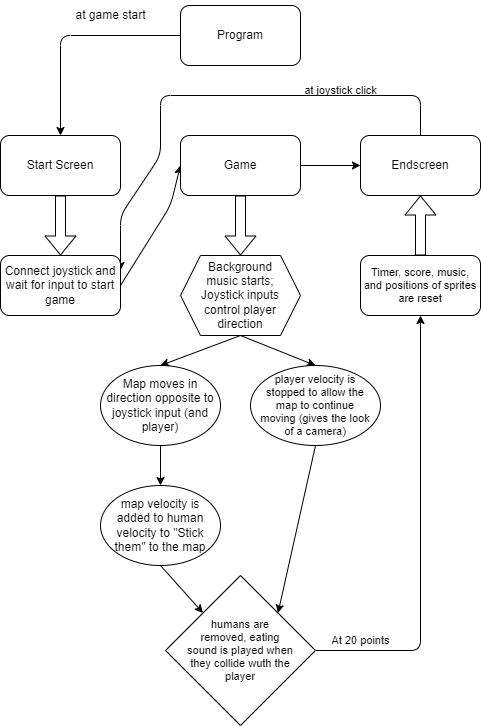
The draw.io diagram libraries/diagram.png in Clevelandm1/ZombieGame, before a commit. Source tidied: cells renumbered, new cells last; positions are measured from the earlier drawing's top-left corner, leaving out a move shared by most shapes. The source it was exported from:
```xml
<mxGraphModel>
  <root>
    <mxCell id="0" />
    <mxCell id="1" parent="0" />
    <mxCell id="2" style="edgeStyle=none;html=1;exitX=0;exitY=0.5;exitDx=0;exitDy=0;entryX=0.5;entryY=0;entryDx=0;entryDy=0;" parent="1" edge="1" source="3" target="5">
      <mxGeometry relative="1" as="geometry">
        <Array as="points">
          <mxPoint x="60" y="35" />
        </Array>
      </mxGeometry>
    </mxCell>
    <mxCell id="3" value="Program" style="rounded=1;whiteSpace=wrap;html=1;" parent="1" vertex="1">
      <mxGeometry x="180" y="5" width="120" height="60" as="geometry" />
    </mxCell>
    <mxCell id="4" style="edgeStyle=none;html=1;exitX=1;exitY=0.5;exitDx=0;exitDy=0;entryX=0;entryY=0.5;entryDx=0;entryDy=0;" parent="1" edge="1" source="12" target="7">
      <mxGeometry relative="1" as="geometry">
        <Array as="points">
          <mxPoint x="170" y="205" />
        </Array>
      </mxGeometry>
    </mxCell>
    <mxCell id="5" value="Start Screen" style="rounded=1;whiteSpace=wrap;html=1;" parent="1" vertex="1">
      <mxGeometry y="135" width="120" height="60" as="geometry" />
    </mxCell>
    <mxCell id="6" style="edgeStyle=none;html=1;exitX=1;exitY=0.5;exitDx=0;exitDy=0;entryX=0;entryY=0.5;entryDx=0;entryDy=0;" parent="1" edge="1" source="7" target="9">
      <mxGeometry relative="1" as="geometry" />
    </mxCell>
    <mxCell id="7" value="Game" style="rounded=1;whiteSpace=wrap;html=1;" parent="1" vertex="1">
      <mxGeometry x="180" y="135" width="120" height="60" as="geometry" />
    </mxCell>
    <mxCell id="8" style="edgeStyle=none;html=1;exitX=0.5;exitY=0;exitDx=0;exitDy=0;entryX=1;entryY=0.25;entryDx=0;entryDy=0;" parent="1" edge="1" source="9" target="12">
      <mxGeometry relative="1" as="geometry">
        <Array as="points">
          <mxPoint x="420" y="95" />
          <mxPoint x="160" y="95" />
          <mxPoint x="160" y="155" />
          <mxPoint x="120" y="215" />
        </Array>
      </mxGeometry>
    </mxCell>
    <mxCell id="9" value="Endscreen" style="rounded=1;whiteSpace=wrap;html=1;" parent="1" vertex="1">
      <mxGeometry x="360" y="135" width="120" height="60" as="geometry" />
    </mxCell>
    <mxCell id="10" value="at game start" style="text;html=1;align=center;verticalAlign=middle;strokeColor=none;fillColor=none;" parent="1" vertex="1">
      <mxGeometry x="65" width="90" height="30" as="geometry" />
    </mxCell>
    <mxCell id="11" style="shape=flexArrow;endArrow=classic;html=1;exitX=0.5;exitY=1;exitDx=0;exitDy=0;" parent="1" edge="1" source="5">
      <mxGeometry relative="1" as="geometry">
        <mxPoint x="60" y="255" as="targetPoint" />
      </mxGeometry>
    </mxCell>
    <mxCell id="12" value="Connect joystick and wait for input to start game" style="rounded=1;whiteSpace=wrap;html=1;" parent="1" vertex="1">
      <mxGeometry y="255" width="120" height="60" as="geometry" />
    </mxCell>
    <mxCell id="13" style="shape=flexArrow;endArrow=classic;html=1;exitX=0.5;exitY=1;exitDx=0;exitDy=0;" parent="1" edge="1" source="7">
      <mxGeometry relative="1" as="geometry">
        <mxPoint x="240" y="255" as="targetPoint" />
      </mxGeometry>
    </mxCell>
    <mxCell id="14" style="edgeStyle=none;html=1;exitX=0.5;exitY=1;exitDx=0;exitDy=0;entryX=0.5;entryY=0;entryDx=0;entryDy=0;" parent="1" edge="1" source="16" target="18">
      <mxGeometry relative="1" as="geometry" />
    </mxCell>
    <mxCell id="15" style="edgeStyle=none;html=1;exitX=0.5;exitY=1;exitDx=0;exitDy=0;entryX=0.5;entryY=0;entryDx=0;entryDy=0;" parent="1" edge="1" source="16" target="22">
      <mxGeometry relative="1" as="geometry" />
    </mxCell>
    <mxCell id="16" value="Background music starts;&lt;br&gt;Joystick inputs control player direction" style="shape=hexagon;perimeter=hexagonPerimeter2;whiteSpace=wrap;html=1;fixedSize=1;spacing=13;" parent="1" vertex="1">
      <mxGeometry x="180" y="255" width="120" height="80" as="geometry" />
    </mxCell>
    <mxCell id="17" style="edgeStyle=none;html=1;exitX=0.5;exitY=1;exitDx=0;exitDy=0;entryX=0.5;entryY=0;entryDx=0;entryDy=0;" parent="1" edge="1" source="18" target="20">
      <mxGeometry relative="1" as="geometry" />
    </mxCell>
    <mxCell id="18" value="Map moves in direction opposite to joystick input (and player)" style="ellipse;whiteSpace=wrap;html=1;" parent="1" vertex="1">
      <mxGeometry x="100" y="365" width="120" height="80" as="geometry" />
    </mxCell>
    <mxCell id="19" style="edgeStyle=none;html=1;exitX=0.5;exitY=1;exitDx=0;exitDy=0;entryX=0;entryY=0;entryDx=0;entryDy=0;fontSize=11;" parent="1" edge="1" source="20" target="24">
      <mxGeometry relative="1" as="geometry" />
    </mxCell>
    <mxCell id="20" value="map velocity is added to human velocity to &quot;Stick them&quot; to the map" style="ellipse;whiteSpace=wrap;html=1;spacing=4;" parent="1" vertex="1">
      <mxGeometry x="100" y="485" width="120" height="80" as="geometry" />
    </mxCell>
    <mxCell id="21" style="edgeStyle=none;html=1;exitX=0.5;exitY=1;exitDx=0;exitDy=0;entryX=1;entryY=0;entryDx=0;entryDy=0;fontSize=11;" parent="1" edge="1" source="22" target="24">
      <mxGeometry relative="1" as="geometry" />
    </mxCell>
    <mxCell id="22" value="player velocity is stopped to allow the map to continue moving (gives the look of a camera)" style="ellipse;whiteSpace=wrap;html=1;fontSize=11;spacing=8;" parent="1" vertex="1">
      <mxGeometry x="250" y="365" width="130" height="80" as="geometry" />
    </mxCell>
    <mxCell id="23" style="edgeStyle=none;html=1;exitX=1;exitY=0.5;exitDx=0;exitDy=0;fontSize=11;" parent="1" edge="1" source="24" target="27">
      <mxGeometry relative="1" as="geometry">
        <Array as="points">
          <mxPoint x="420" y="650" />
        </Array>
      </mxGeometry>
    </mxCell>
    <mxCell id="24" value="humans are removed, eating sound is played when they collide wuth the player" style="rhombus;whiteSpace=wrap;html=1;fontSize=11;spacing=23;" parent="1" vertex="1">
      <mxGeometry x="165" y="575" width="150" height="150" as="geometry" />
    </mxCell>
    <mxCell id="25" value="At 20 points" style="text;html=1;align=center;verticalAlign=middle;strokeColor=none;fillColor=none;fontSize=11;" parent="1" vertex="1">
      <mxGeometry x="320" y="625" width="80" height="30" as="geometry" />
    </mxCell>
    <mxCell id="26" value="at joystick click" style="text;html=1;align=center;verticalAlign=middle;strokeColor=none;fillColor=none;fontSize=11;" parent="1" vertex="1">
      <mxGeometry x="290" y="75" width="100" height="30" as="geometry" />
    </mxCell>
    <mxCell id="27" value="Timer, score, music, and positions of sprites are reset" style="rounded=1;whiteSpace=wrap;html=1;fontSize=11;" parent="1" vertex="1">
      <mxGeometry x="360" y="255" width="120" height="60" as="geometry" />
    </mxCell>
    <mxCell id="28" style="shape=flexArrow;endArrow=classic;html=1;fontSize=11;entryX=0.5;entryY=1;entryDx=0;entryDy=0;exitX=0.5;exitY=0;exitDx=0;exitDy=0;" parent="1" edge="1" source="27" target="9">
      <mxGeometry relative="1" as="geometry" />
    </mxCell>
  </root>
</mxGraphModel>
```
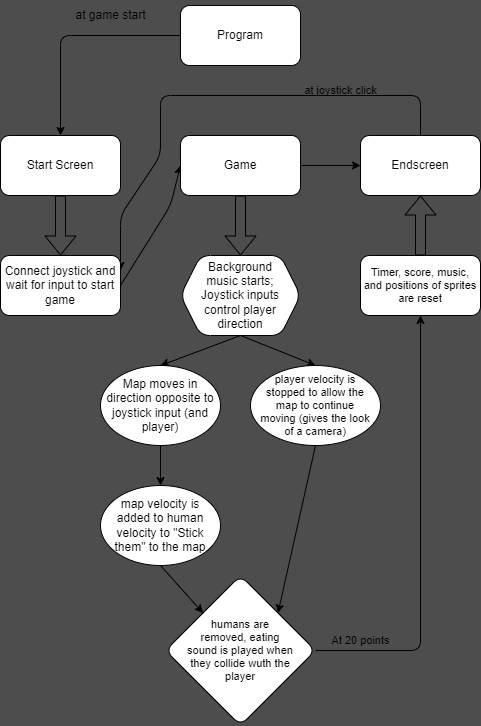
After the commit.

The edit, as a diff of the source:
```diff
@@ -1,8 +1,8 @@
-<mxGraphModel>
+<mxGraphModel background="#4D4D4D">
   <root>
     <mxCell id="0" />
     <mxCell id="1" parent="0" />
-    <mxCell id="2" style="edgeStyle=none;html=1;exitX=0;exitY=0.5;exitDx=0;exitDy=0;entryX=0.5;entryY=0;entryDx=0;entryDy=0;" parent="1" edge="1" source="3" target="5">
+    <mxCell id="2" style="edgeStyle=none;html=1;exitX=0;exitY=0.5;exitDx=0;exitDy=0;entryX=0.5;entryY=0;entryDx=0;entryDy=0;rounded=1;" parent="1" edge="1" source="3" target="5">
       <mxGeometry relative="1" as="geometry">
         <Array as="points">
           <mxPoint x="60" y="35" />
@@ -12,7 +12,7 @@
     <mxCell id="3" value="Program" style="rounded=1;whiteSpace=wrap;html=1;" parent="1" vertex="1">
       <mxGeometry x="180" y="5" width="120" height="60" as="geometry" />
     </mxCell>
-    <mxCell id="4" style="edgeStyle=none;html=1;exitX=1;exitY=0.5;exitDx=0;exitDy=0;entryX=0;entryY=0.5;entryDx=0;entryDy=0;" parent="1" edge="1" source="12" target="7">
+    <mxCell id="4" style="edgeStyle=none;html=1;exitX=1;exitY=0.5;exitDx=0;exitDy=0;entryX=0;entryY=0.5;entryDx=0;entryDy=0;rounded=1;" parent="1" edge="1" source="12" target="7">
       <mxGeometry relative="1" as="geometry">
         <Array as="points">
           <mxPoint x="170" y="205" />
@@ -22,13 +22,13 @@
     <mxCell id="5" value="Start Screen" style="rounded=1;whiteSpace=wrap;html=1;" parent="1" vertex="1">
       <mxGeometry y="135" width="120" height="60" as="geometry" />
     </mxCell>
-    <mxCell id="6" style="edgeStyle=none;html=1;exitX=1;exitY=0.5;exitDx=0;exitDy=0;entryX=0;entryY=0.5;entryDx=0;entryDy=0;" parent="1" edge="1" source="7" target="9">
+    <mxCell id="6" style="edgeStyle=none;html=1;exitX=1;exitY=0.5;exitDx=0;exitDy=0;entryX=0;entryY=0.5;entryDx=0;entryDy=0;rounded=1;" parent="1" edge="1" source="7" target="9">
       <mxGeometry relative="1" as="geometry" />
     </mxCell>
     <mxCell id="7" value="Game" style="rounded=1;whiteSpace=wrap;html=1;" parent="1" vertex="1">
       <mxGeometry x="180" y="135" width="120" height="60" as="geometry" />
     </mxCell>
-    <mxCell id="8" style="edgeStyle=none;html=1;exitX=0.5;exitY=0;exitDx=0;exitDy=0;entryX=1;entryY=0.25;entryDx=0;entryDy=0;" parent="1" edge="1" source="9" target="12">
+    <mxCell id="8" style="edgeStyle=none;html=1;exitX=0.5;exitY=0;exitDx=0;exitDy=0;entryX=1;entryY=0.25;entryDx=0;entryDy=0;rounded=1;" parent="1" edge="1" source="9" target="12">
       <mxGeometry relative="1" as="geometry">
         <Array as="points">
           <mxPoint x="420" y="95" />
@@ -41,10 +41,10 @@
     <mxCell id="9" value="Endscreen" style="rounded=1;whiteSpace=wrap;html=1;" parent="1" vertex="1">
       <mxGeometry x="360" y="135" width="120" height="60" as="geometry" />
     </mxCell>
-    <mxCell id="10" value="at game start" style="text;html=1;align=center;verticalAlign=middle;strokeColor=none;fillColor=none;" parent="1" vertex="1">
+    <mxCell id="10" value="at game start" style="text;html=1;align=center;verticalAlign=middle;strokeColor=none;fillColor=none;rounded=1;" parent="1" vertex="1">
       <mxGeometry x="65" width="90" height="30" as="geometry" />
     </mxCell>
-    <mxCell id="11" style="shape=flexArrow;endArrow=classic;html=1;exitX=0.5;exitY=1;exitDx=0;exitDy=0;" parent="1" edge="1" source="5">
+    <mxCell id="11" style="shape=flexArrow;endArrow=classic;html=1;exitX=0.5;exitY=1;exitDx=0;exitDy=0;rounded=1;" parent="1" edge="1" source="5">
       <mxGeometry relative="1" as="geometry">
         <mxPoint x="60" y="255" as="targetPoint" />
       </mxGeometry>
@@ -52,58 +52,58 @@
     <mxCell id="12" value="Connect joystick and wait for input to start game" style="rounded=1;whiteSpace=wrap;html=1;" parent="1" vertex="1">
       <mxGeometry y="255" width="120" height="60" as="geometry" />
     </mxCell>
-    <mxCell id="13" style="shape=flexArrow;endArrow=classic;html=1;exitX=0.5;exitY=1;exitDx=0;exitDy=0;" parent="1" edge="1" source="7">
+    <mxCell id="13" style="shape=flexArrow;endArrow=classic;html=1;exitX=0.5;exitY=1;exitDx=0;exitDy=0;rounded=1;" parent="1" edge="1" source="7">
       <mxGeometry relative="1" as="geometry">
         <mxPoint x="240" y="255" as="targetPoint" />
       </mxGeometry>
     </mxCell>
-    <mxCell id="14" style="edgeStyle=none;html=1;exitX=0.5;exitY=1;exitDx=0;exitDy=0;entryX=0.5;entryY=0;entryDx=0;entryDy=0;" parent="1" edge="1" source="16" target="18">
+    <mxCell id="14" style="edgeStyle=none;html=1;exitX=0.5;exitY=1;exitDx=0;exitDy=0;entryX=0.5;entryY=0;entryDx=0;entryDy=0;rounded=1;" parent="1" edge="1" source="16" target="18">
       <mxGeometry relative="1" as="geometry" />
     </mxCell>
-    <mxCell id="15" style="edgeStyle=none;html=1;exitX=0.5;exitY=1;exitDx=0;exitDy=0;entryX=0.5;entryY=0;entryDx=0;entryDy=0;" parent="1" edge="1" source="16" target="22">
+    <mxCell id="15" style="edgeStyle=none;html=1;exitX=0.5;exitY=1;exitDx=0;exitDy=0;entryX=0.5;entryY=0;entryDx=0;entryDy=0;rounded=1;" parent="1" edge="1" source="16" target="22">
       <mxGeometry relative="1" as="geometry" />
     </mxCell>
-    <mxCell id="16" value="Background music starts;&lt;br&gt;Joystick inputs control player direction" style="shape=hexagon;perimeter=hexagonPerimeter2;whiteSpace=wrap;html=1;fixedSize=1;spacing=13;" parent="1" vertex="1">
+    <mxCell id="16" value="Background music starts;&lt;br&gt;Joystick inputs control player direction" style="shape=hexagon;perimeter=hexagonPerimeter2;whiteSpace=wrap;html=1;fixedSize=1;spacing=13;rounded=1;" parent="1" vertex="1">
       <mxGeometry x="180" y="255" width="120" height="80" as="geometry" />
     </mxCell>
-    <mxCell id="17" style="edgeStyle=none;html=1;exitX=0.5;exitY=1;exitDx=0;exitDy=0;entryX=0.5;entryY=0;entryDx=0;entryDy=0;" parent="1" edge="1" source="18" target="20">
+    <mxCell id="17" style="edgeStyle=none;html=1;exitX=0.5;exitY=1;exitDx=0;exitDy=0;entryX=0.5;entryY=0;entryDx=0;entryDy=0;rounded=1;" parent="1" edge="1" source="18" target="20">
       <mxGeometry relative="1" as="geometry" />
     </mxCell>
-    <mxCell id="18" value="Map moves in direction opposite to joystick input (and player)" style="ellipse;whiteSpace=wrap;html=1;" parent="1" vertex="1">
+    <mxCell id="18" value="Map moves in direction opposite to joystick input (and player)" style="ellipse;whiteSpace=wrap;html=1;rounded=1;" parent="1" vertex="1">
       <mxGeometry x="100" y="365" width="120" height="80" as="geometry" />
     </mxCell>
-    <mxCell id="19" style="edgeStyle=none;html=1;exitX=0.5;exitY=1;exitDx=0;exitDy=0;entryX=0;entryY=0;entryDx=0;entryDy=0;fontSize=11;" parent="1" edge="1" source="20" target="24">
+    <mxCell id="19" style="edgeStyle=none;html=1;exitX=0.5;exitY=1;exitDx=0;exitDy=0;entryX=0;entryY=0;entryDx=0;entryDy=0;fontSize=11;rounded=1;" parent="1" edge="1" source="20" target="24">
       <mxGeometry relative="1" as="geometry" />
     </mxCell>
-    <mxCell id="20" value="map velocity is added to human velocity to &quot;Stick them&quot; to the map" style="ellipse;whiteSpace=wrap;html=1;spacing=4;" parent="1" vertex="1">
+    <mxCell id="20" value="map velocity is added to human velocity to &quot;Stick them&quot; to the map" style="ellipse;whiteSpace=wrap;html=1;spacing=4;rounded=1;" parent="1" vertex="1">
       <mxGeometry x="100" y="485" width="120" height="80" as="geometry" />
     </mxCell>
-    <mxCell id="21" style="edgeStyle=none;html=1;exitX=0.5;exitY=1;exitDx=0;exitDy=0;entryX=1;entryY=0;entryDx=0;entryDy=0;fontSize=11;" parent="1" edge="1" source="22" target="24">
+    <mxCell id="21" style="edgeStyle=none;html=1;exitX=0.5;exitY=1;exitDx=0;exitDy=0;entryX=1;entryY=0;entryDx=0;entryDy=0;fontSize=11;rounded=1;" parent="1" edge="1" source="22" target="24">
       <mxGeometry relative="1" as="geometry" />
     </mxCell>
-    <mxCell id="22" value="player velocity is stopped to allow the map to continue moving (gives the look of a camera)" style="ellipse;whiteSpace=wrap;html=1;fontSize=11;spacing=8;" parent="1" vertex="1">
+    <mxCell id="22" value="player velocity is stopped to allow the map to continue moving (gives the look of a camera)" style="ellipse;whiteSpace=wrap;html=1;fontSize=11;spacing=8;rounded=1;" parent="1" vertex="1">
       <mxGeometry x="250" y="365" width="130" height="80" as="geometry" />
     </mxCell>
-    <mxCell id="23" style="edgeStyle=none;html=1;exitX=1;exitY=0.5;exitDx=0;exitDy=0;fontSize=11;" parent="1" edge="1" source="24" target="27">
+    <mxCell id="23" style="edgeStyle=none;html=1;exitX=1;exitY=0.5;exitDx=0;exitDy=0;fontSize=11;rounded=1;" parent="1" edge="1" source="24" target="27">
       <mxGeometry relative="1" as="geometry">
         <Array as="points">
           <mxPoint x="420" y="650" />
         </Array>
       </mxGeometry>
     </mxCell>
-    <mxCell id="24" value="humans are removed, eating sound is played when they collide wuth the player" style="rhombus;whiteSpace=wrap;html=1;fontSize=11;spacing=23;" parent="1" vertex="1">
+    <mxCell id="24" value="humans are removed, eating sound is played when they collide wuth the player" style="rhombus;whiteSpace=wrap;html=1;fontSize=11;spacing=23;rounded=1;" parent="1" vertex="1">
       <mxGeometry x="165" y="575" width="150" height="150" as="geometry" />
     </mxCell>
-    <mxCell id="25" value="At 20 points" style="text;html=1;align=center;verticalAlign=middle;strokeColor=none;fillColor=none;fontSize=11;" parent="1" vertex="1">
+    <mxCell id="25" value="At 20 points" style="text;html=1;align=center;verticalAlign=middle;strokeColor=none;fillColor=none;fontSize=11;rounded=1;" parent="1" vertex="1">
       <mxGeometry x="320" y="625" width="80" height="30" as="geometry" />
     </mxCell>
-    <mxCell id="26" value="at joystick click" style="text;html=1;align=center;verticalAlign=middle;strokeColor=none;fillColor=none;fontSize=11;" parent="1" vertex="1">
+    <mxCell id="26" value="at joystick click" style="text;html=1;align=center;verticalAlign=middle;strokeColor=none;fillColor=none;fontSize=11;rounded=1;" parent="1" vertex="1">
       <mxGeometry x="290" y="75" width="100" height="30" as="geometry" />
     </mxCell>
     <mxCell id="27" value="Timer, score, music, and positions of sprites are reset" style="rounded=1;whiteSpace=wrap;html=1;fontSize=11;" parent="1" vertex="1">
       <mxGeometry x="360" y="255" width="120" height="60" as="geometry" />
     </mxCell>
-    <mxCell id="28" style="shape=flexArrow;endArrow=classic;html=1;fontSize=11;entryX=0.5;entryY=1;entryDx=0;entryDy=0;exitX=0.5;exitY=0;exitDx=0;exitDy=0;" parent="1" edge="1" source="27" target="9">
+    <mxCell id="28" style="shape=flexArrow;endArrow=classic;html=1;fontSize=11;entryX=0.5;entryY=1;entryDx=0;entryDy=0;exitX=0.5;exitY=0;exitDx=0;exitDy=0;rounded=1;" parent="1" edge="1" source="27" target="9">
       <mxGeometry relative="1" as="geometry" />
     </mxCell>
   </root>
```
